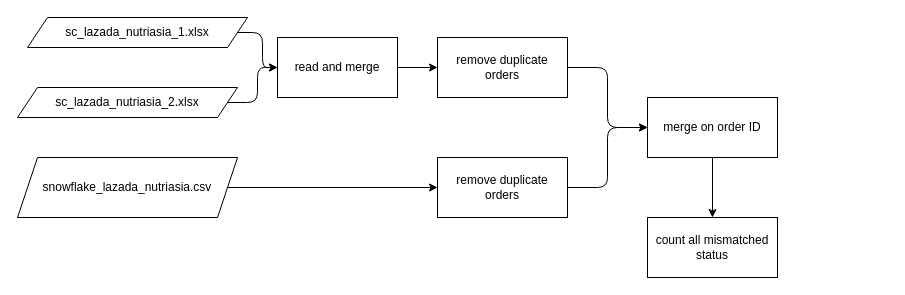
This is flowchart.drawio from vinzgdec/snowflake-data-validation, a draw.io file, before an edit. Source tidied: cells renumbered, new cells numbered last; positions are measured from the earlier drawing's top-left corner, leaving out a move shared by most shapes. Both pictures are drawn from the tidied source at 100%, with x=0, y=0 at pixel (17, 17).
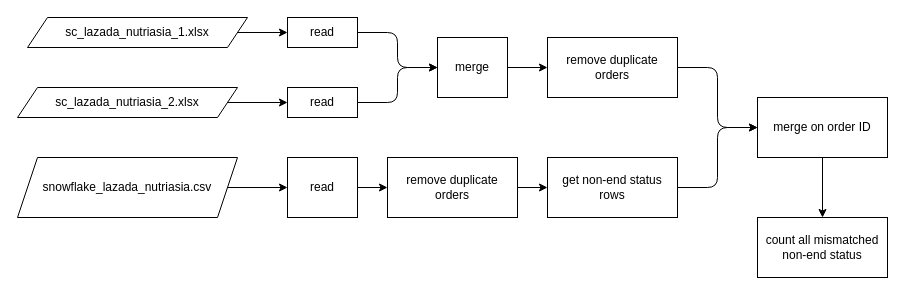
Above is the later version.

Unchanged cells that the change refers to:
```xml
<mxCell id="5" value="snowflake_lazada_nutriasia.csv" style="shape=parallelogram;perimeter=parallelogramPerimeter;whiteSpace=wrap;html=1;fixedSize=1;" parent="1" vertex="1">
  <mxGeometry y="140" width="220" height="60" as="geometry" />
</mxCell>
<mxCell id="7" value="sc_lazada_nutriasia_2.xlsx" style="shape=parallelogram;perimeter=parallelogramPerimeter;whiteSpace=wrap;html=1;fixedSize=1;" parent="1" vertex="1">
  <mxGeometry y="70" width="220" height="30" as="geometry" />
</mxCell>
```

Change to the diagram source:
```diff
@@
-    <mxCell id="4" style="edgeStyle=orthogonalEdgeStyle;html=1;exitX=1;exitY=0.5;exitDx=0;exitDy=0;entryX=0;entryY=0.5;entryDx=0;entryDy=0;" parent="1" edge="1" source="5" target="13">
-      <mxGeometry relative="1" as="geometry" />
-    </mxCell>
+    <mxCell id="17" style="edgeStyle=none;html=1;exitX=1;exitY=0.5;exitDx=0;exitDy=0;entryX=0;entryY=0.5;entryDx=0;entryDy=0;" parent="1" edge="1" source="5" target="21">
+      <mxGeometry relative="1" as="geometry" />
+    </mxCell>
@@
-    <mxCell id="6" style="edgeStyle=orthogonalEdgeStyle;html=1;exitX=1;exitY=0.5;exitDx=0;exitDy=0;entryX=0;entryY=0.5;entryDx=0;entryDy=0;" parent="1" edge="1" source="7" target="9">
-      <mxGeometry relative="1" as="geometry" />
-    </mxCell>
+    <mxCell id="18" style="edgeStyle=none;html=1;exitX=1;exitY=0.5;exitDx=0;exitDy=0;" parent="1" edge="1" source="7" target="27">
+      <mxGeometry relative="1" as="geometry" />
+    </mxCell>
@@
-    <mxCell id="8" style="edgeStyle=orthogonalEdgeStyle;html=1;exitX=1;exitY=0.5;exitDx=0;exitDy=0;entryX=0;entryY=0.5;entryDx=0;entryDy=0;" parent="1" edge="1" source="9" target="11">
-      <mxGeometry relative="1" as="geometry" />
-    </mxCell>
+    <mxCell id="19" style="edgeStyle=orthogonalEdgeStyle;html=1;exitX=1;exitY=0.5;exitDx=0;exitDy=0;entryX=0;entryY=0.5;entryDx=0;entryDy=0;" parent="1" edge="1" source="9" target="23">
+      <mxGeometry relative="1" as="geometry" />
+    </mxCell>
-    <mxCell id="9" value="read and merge" style="rounded=0;whiteSpace=wrap;html=1;" parent="1" vertex="1">
-      <mxGeometry x="260" y="20" width="120" height="60" as="geometry" />
+    <mxCell id="9" value="read" style="rounded=0;whiteSpace=wrap;html=1;" parent="1" vertex="1">
+      <mxGeometry x="270" width="70" height="30" as="geometry" />
     </mxCell>
@@
     <mxCell id="11" value="remove duplicate orders" style="rounded=0;whiteSpace=wrap;html=1;" parent="1" vertex="1">
-      <mxGeometry x="420" y="20" width="130" height="60" as="geometry" />
+      <mxGeometry x="530" y="20" width="130" height="60" as="geometry" />
     </mxCell>
@@
-    <mxCell id="13" value="remove duplicate orders" style="rounded=0;whiteSpace=wrap;html=1;" parent="1" vertex="1">
-      <mxGeometry x="420" y="140" width="130" height="60" as="geometry" />
+    <mxCell id="13" value="get non-end status rows" style="rounded=0;whiteSpace=wrap;html=1;" parent="1" vertex="1">
+      <mxGeometry x="530" y="140" width="130" height="60" as="geometry" />
     </mxCell>
@@
     <mxCell id="15" value="merge on order ID" style="rounded=0;whiteSpace=wrap;html=1;" parent="1" vertex="1">
-      <mxGeometry x="630" y="80" width="130" height="60" as="geometry" />
+      <mxGeometry x="740" y="80" width="130" height="60" as="geometry" />
     </mxCell>
-    <mxCell id="16" value="count all mismatched status" style="rounded=0;whiteSpace=wrap;html=1;" parent="1" vertex="1">
-      <mxGeometry x="630" y="200" width="130" height="60" as="geometry" />
+    <mxCell id="16" value="count all mismatched non-end status" style="rounded=0;whiteSpace=wrap;html=1;" parent="1" vertex="1">
+      <mxGeometry x="740" y="200" width="130" height="60" as="geometry" />
     </mxCell>
+    <mxCell id="20" style="edgeStyle=none;html=1;exitX=1;exitY=0.5;exitDx=0;exitDy=0;entryX=0;entryY=0.5;entryDx=0;entryDy=0;" parent="1" edge="1" source="21" target="25">
+      <mxGeometry relative="1" as="geometry" />
+    </mxCell>
+    <mxCell id="21" value="read" style="rounded=0;whiteSpace=wrap;html=1;" parent="1" vertex="1">
+      <mxGeometry x="270" y="140" width="70" height="60" as="geometry" />
+    </mxCell>
+    <mxCell id="22" style="edgeStyle=none;html=1;entryX=0;entryY=0.5;entryDx=0;entryDy=0;" parent="1" edge="1" source="23" target="11">
+      <mxGeometry relative="1" as="geometry" />
+    </mxCell>
+    <mxCell id="23" value="merge" style="rounded=0;whiteSpace=wrap;html=1;" parent="1" vertex="1">
+      <mxGeometry x="420" y="20" width="70" height="60" as="geometry" />
+    </mxCell>
+    <mxCell id="24" style="edgeStyle=none;html=1;exitX=1;exitY=0.5;exitDx=0;exitDy=0;entryX=0;entryY=0.5;entryDx=0;entryDy=0;" parent="1" edge="1" source="25" target="13">
+      <mxGeometry relative="1" as="geometry" />
+    </mxCell>
+    <mxCell id="25" value="remove duplicate orders" style="rounded=0;whiteSpace=wrap;html=1;" parent="1" vertex="1">
+      <mxGeometry x="370" y="140" width="130" height="60" as="geometry" />
+    </mxCell>
+    <mxCell id="26" style="edgeStyle=orthogonalEdgeStyle;html=1;exitX=1;exitY=0.5;exitDx=0;exitDy=0;entryX=0;entryY=0.5;entryDx=0;entryDy=0;" parent="1" edge="1" source="27" target="23">
+      <mxGeometry relative="1" as="geometry" />
+    </mxCell>
+    <mxCell id="27" value="read" style="rounded=0;whiteSpace=wrap;html=1;" parent="1" vertex="1">
+      <mxGeometry x="270" y="70" width="70" height="30" as="geometry" />
+    </mxCell>
```
